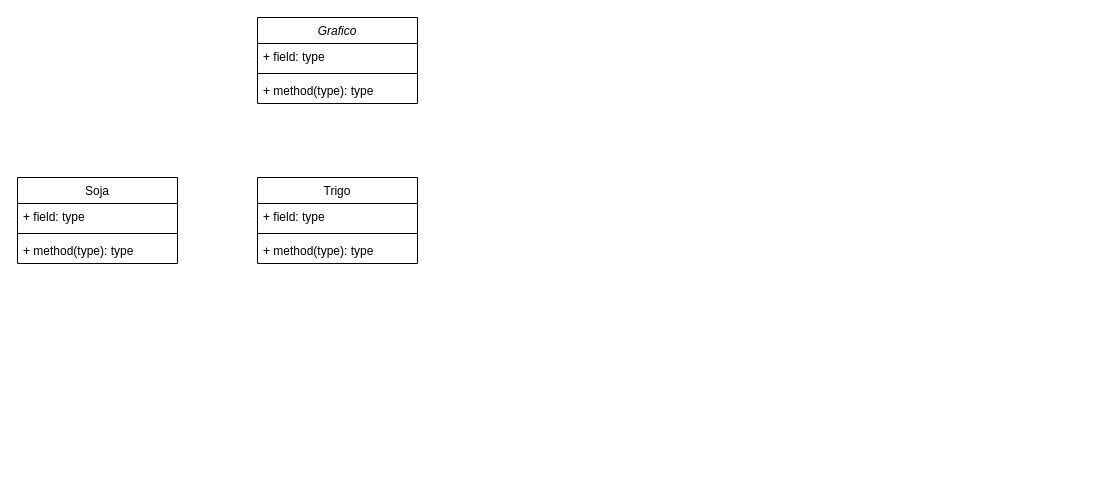
The draw.io diagram unq-po2-tpComposite-Cultivos.drawio in nhubczyk/Diagramas-UML, before the edit. Source tidied: cells renumbered, new cells numbered last; positions are measured from the earlier drawing's top-left corner, leaving out a move shared by most shapes. Both pictures are drawn from the tidied source at 100%, with x=0, y=0 at pixel (17, 17).
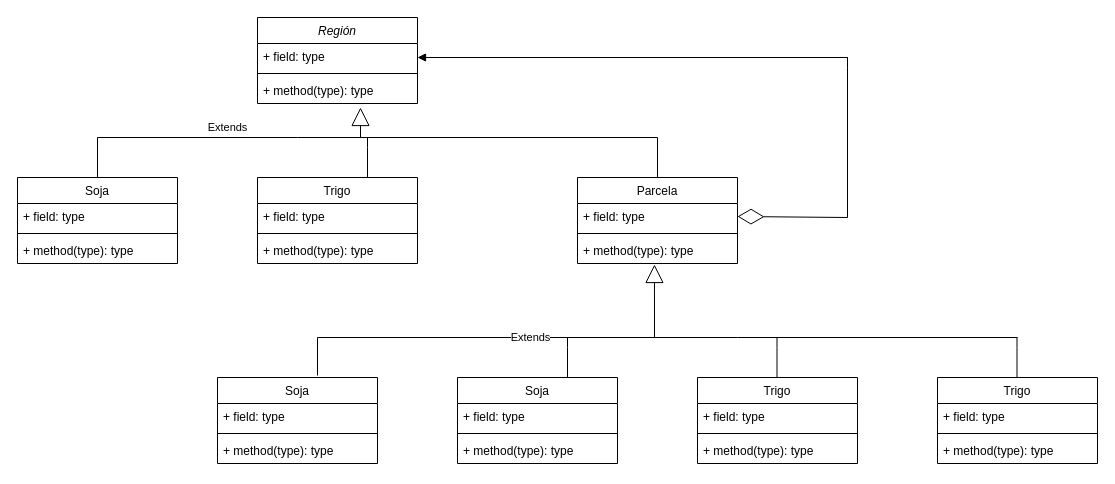
After the change.

Unchanged cells that the change refers to:
```xml
<mxCell id="6" value="Soja" style="swimlane;fontStyle=0;align=center;verticalAlign=top;horizontal=1;startSize=26;" parent="1" vertex="1">
  <mxGeometry y="160" width="160" height="86" as="geometry" />
</mxCell>
```

Diff of the diagram source:
```diff
@@
-    <mxCell id="2" value="Grafico" style="swimlane;fontStyle=2;align=center;verticalAlign=top;horizontal=1;startSize=26;" parent="1" vertex="1">
+    <mxCell id="2" value="Región" style="swimlane;fontStyle=2;align=center;verticalAlign=top;horizontal=1;startSize=26;" parent="1" vertex="1">
       <mxGeometry x="240" width="160" height="86" as="geometry" />
     </mxCell>
@@
+    <mxCell id="14" value="Parcela" style="swimlane;fontStyle=0;align=center;verticalAlign=top;horizontal=1;startSize=26;" parent="1" vertex="1">
+      <mxGeometry x="560" y="160" width="160" height="86" as="geometry" />
+    </mxCell>
+    <mxCell id="15" value="+ field: type" style="text;strokeColor=none;fillColor=none;align=left;verticalAlign=top;spacingLeft=4;spacingRight=4;overflow=hidden;points=[[0,0.5],[1,0.5]];portConstraint=eastwest;" parent="14" vertex="1">
+      <mxGeometry y="26" width="160" height="26" as="geometry" />
+    </mxCell>
+    <mxCell id="16" style="line;strokeWidth=1;fillColor=none;align=left;verticalAlign=middle;spacingTop=-1;spacingLeft=3;spacingRight=3;labelPosition=right;strokeColor=inherit;" parent="14" vertex="1">
+      <mxGeometry y="52" width="160" height="8" as="geometry" />
+    </mxCell>
+    <mxCell id="17" value="+ method(type): type" style="text;strokeColor=none;fillColor=none;align=left;verticalAlign=top;spacingLeft=4;spacingRight=4;overflow=hidden;points=[[0,0.5],[1,0.5]];portConstraint=eastwest;" parent="14" vertex="1">
+      <mxGeometry y="60" width="160" height="26" as="geometry" />
+    </mxCell>
+    <mxCell id="18" value="Soja" style="swimlane;fontStyle=0;align=center;verticalAlign=top;horizontal=1;startSize=26;" parent="1" vertex="1">
+      <mxGeometry x="200" y="360" width="160" height="86" as="geometry" />
+    </mxCell>
+    <mxCell id="19" value="+ field: type" style="text;strokeColor=none;fillColor=none;align=left;verticalAlign=top;spacingLeft=4;spacingRight=4;overflow=hidden;" parent="18" vertex="1">
+      <mxGeometry y="26" width="160" height="26" as="geometry" />
+    </mxCell>
+    <mxCell id="20" style="line;strokeWidth=1;fillColor=none;align=left;verticalAlign=middle;spacingTop=-1;spacingLeft=3;spacingRight=3;labelPosition=right;strokeColor=inherit;" parent="18" vertex="1">
+      <mxGeometry y="52" width="160" height="8" as="geometry" />
+    </mxCell>
+    <mxCell id="21" value="+ method(type): type" style="text;strokeColor=none;fillColor=none;align=left;verticalAlign=top;spacingLeft=4;spacingRight=4;overflow=hidden;" parent="18" vertex="1">
+      <mxGeometry y="60" width="160" height="26" as="geometry" />
+    </mxCell>
+    <mxCell id="22" value="Soja" style="swimlane;fontStyle=0;align=center;verticalAlign=top;horizontal=1;startSize=26;" parent="1" vertex="1">
+      <mxGeometry x="440" y="360" width="160" height="86" as="geometry" />
+    </mxCell>
+    <mxCell id="23" value="+ field: type" style="text;strokeColor=none;fillColor=none;align=left;verticalAlign=top;spacingLeft=4;spacingRight=4;overflow=hidden;" parent="22" vertex="1">
+      <mxGeometry y="26" width="160" height="26" as="geometry" />
+    </mxCell>
+    <mxCell id="24" style="line;strokeWidth=1;fillColor=none;align=left;verticalAlign=middle;spacingTop=-1;spacingLeft=3;spacingRight=3;labelPosition=right;strokeColor=inherit;" parent="22" vertex="1">
+      <mxGeometry y="52" width="160" height="8" as="geometry" />
+    </mxCell>
+    <mxCell id="25" value="+ method(type): type" style="text;strokeColor=none;fillColor=none;align=left;verticalAlign=top;spacingLeft=4;spacingRight=4;overflow=hidden;" parent="22" vertex="1">
+      <mxGeometry y="60" width="160" height="26" as="geometry" />
+    </mxCell>
+    <mxCell id="26" value="Trigo" style="swimlane;fontStyle=0;align=center;verticalAlign=top;horizontal=1;startSize=26;" parent="1" vertex="1">
+      <mxGeometry x="680" y="360" width="160" height="86" as="geometry" />
+    </mxCell>
+    <mxCell id="27" value="+ field: type" style="text;strokeColor=none;fillColor=none;align=left;verticalAlign=top;spacingLeft=4;spacingRight=4;overflow=hidden;" parent="26" vertex="1">
+      <mxGeometry y="26" width="160" height="26" as="geometry" />
+    </mxCell>
+    <mxCell id="28" style="line;strokeWidth=1;fillColor=none;align=left;verticalAlign=middle;spacingTop=-1;spacingLeft=3;spacingRight=3;labelPosition=right;strokeColor=inherit;" parent="26" vertex="1">
+      <mxGeometry y="52" width="160" height="8" as="geometry" />
+    </mxCell>
+    <mxCell id="29" value="+ method(type): type" style="text;strokeColor=none;fillColor=none;align=left;verticalAlign=top;spacingLeft=4;spacingRight=4;overflow=hidden;" parent="26" vertex="1">
+      <mxGeometry y="60" width="160" height="26" as="geometry" />
+    </mxCell>
+    <mxCell id="30" value="Trigo" style="swimlane;fontStyle=0;align=center;verticalAlign=top;horizontal=1;startSize=26;" parent="1" vertex="1">
+      <mxGeometry x="920" y="360" width="160" height="86" as="geometry" />
+    </mxCell>
+    <mxCell id="31" value="+ field: type" style="text;strokeColor=none;fillColor=none;align=left;verticalAlign=top;spacingLeft=4;spacingRight=4;overflow=hidden;" parent="30" vertex="1">
+      <mxGeometry y="26" width="160" height="26" as="geometry" />
+    </mxCell>
+    <mxCell id="32" style="line;strokeWidth=1;fillColor=none;align=left;verticalAlign=middle;spacingTop=-1;spacingLeft=3;spacingRight=3;labelPosition=right;strokeColor=inherit;" parent="30" vertex="1">
+      <mxGeometry y="52" width="160" height="8" as="geometry" />
+    </mxCell>
+    <mxCell id="33" value="+ method(type): type" style="text;strokeColor=none;fillColor=none;align=left;verticalAlign=top;spacingLeft=4;spacingRight=4;overflow=hidden;" parent="30" vertex="1">
+      <mxGeometry y="60" width="160" height="26" as="geometry" />
+    </mxCell>
+    <mxCell id="34" value="Extends" style="endArrow=block;endSize=16;endFill=0;html=1;rounded=0;exitX=0.625;exitY=-0.023;exitDx=0;exitDy=0;exitPerimeter=0;entryX=0.481;entryY=1.038;entryDx=0;entryDy=0;entryPerimeter=0;" parent="1" edge="1" source="18" target="17">
+      <mxGeometry x="0.12" relative="1" as="geometry">
+        <Array as="points">
+          <mxPoint x="300" y="320" />
+          <mxPoint x="510" y="320" />
+          <mxPoint x="637" y="320" />
+        </Array>
+      </mxGeometry>
+    </mxCell>
+    <mxCell id="35" style="endArrow=none;html=1;edgeStyle=orthogonalEdgeStyle;rounded=0;" parent="1" edge="1">
+      <mxGeometry relative="1" as="geometry">
+        <mxPoint x="630" y="320" as="sourcePoint" />
+        <mxPoint x="1000" y="320" as="targetPoint" />
+        <Array as="points">
+          <mxPoint x="720" y="320" />
+          <mxPoint x="720" y="320" />
+        </Array>
+      </mxGeometry>
+    </mxCell>
+    <mxCell id="36" style="endArrow=none;html=1;edgeStyle=orthogonalEdgeStyle;rounded=0;" parent="1" edge="1">
+      <mxGeometry relative="1" as="geometry">
+        <mxPoint x="550" y="320" as="sourcePoint" />
+        <mxPoint x="550" y="360" as="targetPoint" />
+        <Array as="points">
+          <mxPoint x="550" y="330" />
+          <mxPoint x="550" y="330" />
+        </Array>
+      </mxGeometry>
+    </mxCell>
+    <mxCell id="37" style="endArrow=none;html=1;edgeStyle=orthogonalEdgeStyle;rounded=0;" parent="1" edge="1">
+      <mxGeometry relative="1" as="geometry">
+        <mxPoint x="759.5" y="320" as="sourcePoint" />
+        <mxPoint x="759.5" y="360" as="targetPoint" />
+        <Array as="points">
+          <mxPoint x="759.5" y="330" />
+          <mxPoint x="759.5" y="330" />
+        </Array>
+      </mxGeometry>
+    </mxCell>
+    <mxCell id="38" style="endArrow=none;html=1;edgeStyle=orthogonalEdgeStyle;rounded=0;" parent="1" edge="1">
+      <mxGeometry relative="1" as="geometry">
+        <mxPoint x="999.5" y="320" as="sourcePoint" />
+        <mxPoint x="999.5" y="360" as="targetPoint" />
+        <Array as="points">
+          <mxPoint x="999.5" y="330" />
+          <mxPoint x="999.5" y="330" />
+        </Array>
+      </mxGeometry>
+    </mxCell>
+    <mxCell id="39" style="endArrow=diamondThin;endFill=0;endSize=24;html=1;rounded=0;entryX=1;entryY=0.5;entryDx=0;entryDy=0;" parent="1" edge="1" target="15">
+      <mxGeometry relative="1" as="geometry">
+        <mxPoint x="830" y="50" as="sourcePoint" />
+        <Array as="points">
+          <mxPoint x="830" y="40" />
+          <mxPoint x="830" y="50" />
+          <mxPoint x="830" y="200" />
+        </Array>
+      </mxGeometry>
+    </mxCell>
+    <mxCell id="40" style="html=1;verticalAlign=bottom;endArrow=block;rounded=0;" parent="1" edge="1">
+      <mxGeometry relative="1" as="geometry">
+        <mxPoint x="830" y="40" as="sourcePoint" />
+        <mxPoint x="400" y="40" as="targetPoint" />
+      </mxGeometry>
+    </mxCell>
+    <mxCell id="41" value="Extends" style="endArrow=block;endSize=16;endFill=0;html=1;rounded=0;exitX=0.5;exitY=0;exitDx=0;exitDy=0;" parent="1" edge="1" source="6">
+      <mxGeometry x="0.02" y="10" relative="1" as="geometry">
+        <mxPoint x="343" y="90" as="targetPoint" />
+        <Array as="points">
+          <mxPoint x="80" y="120" />
+          <mxPoint x="280" y="120" />
+          <mxPoint x="343" y="120" />
+        </Array>
+      </mxGeometry>
+    </mxCell>
+    <mxCell id="42" style="endArrow=none;html=1;edgeStyle=orthogonalEdgeStyle;rounded=0;" parent="1" edge="1">
+      <mxGeometry relative="1" as="geometry">
+        <mxPoint x="340" y="120" as="sourcePoint" />
+        <mxPoint x="640" y="160" as="targetPoint" />
+        <Array as="points">
+          <mxPoint x="640" y="120" />
+        </Array>
+      </mxGeometry>
+    </mxCell>
+    <mxCell id="43" style="endArrow=none;html=1;edgeStyle=orthogonalEdgeStyle;rounded=0;" parent="1" edge="1">
+      <mxGeometry relative="1" as="geometry">
+        <mxPoint x="350" y="120" as="sourcePoint" />
+        <mxPoint x="350" y="160" as="targetPoint" />
+        <Array as="points">
+          <mxPoint x="350" y="130" />
+          <mxPoint x="350" y="130" />
+        </Array>
+      </mxGeometry>
+    </mxCell>
```
